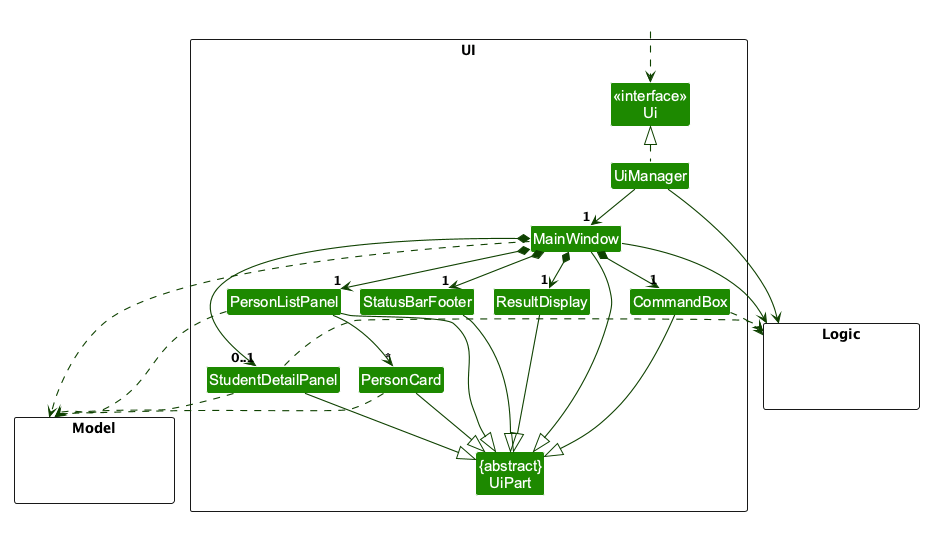
Above: docs/images/UiClassDiagram.png in AY2627S1-CS2103T-T09-1/tp (PlantUML), before the change.
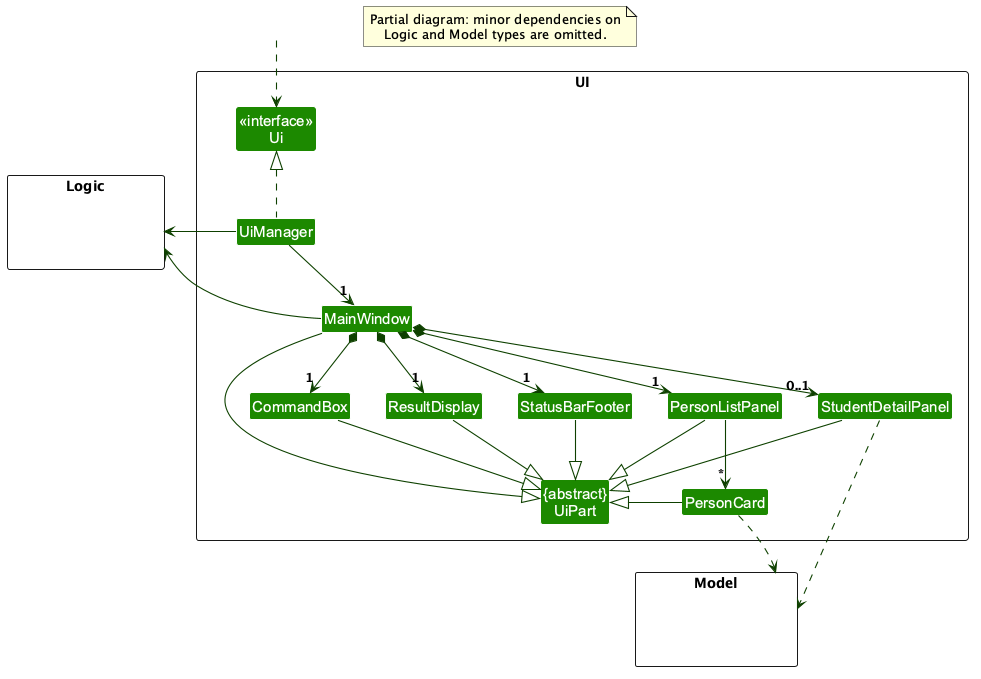
After the change.

Commit message:
Simplify view-related UML diagrams

Change to the diagram source:
```diff
@@ -1,6 +1,5 @@
 @startuml
 !include style.puml
-!pragma layout smetana
 skinparam arrowThickness 1.1
 skinparam arrowColor UI_COLOR_T4
 skinparam classBackgroundColor UI_COLOR
@@ -31,35 +30,34 @@
 
 UiManager .up.|> Ui
 UiManager -down-> "1" MainWindow
-MainWindow *-down->  "1" CommandBox
+UiManager -left-> Logic
+MainWindow -left-> Logic
+
+MainWindow *-down-> "1" CommandBox
 MainWindow *-down-> "1" ResultDisplay
+MainWindow *-down-> "1" StatusBarFooter
 MainWindow *-down-> "1" PersonListPanel
 MainWindow *-down-> "0..1" StudentDetailPanel
-MainWindow *-down-> "1" StatusBarFooter
-
 PersonListPanel -down-> "*" PersonCard
 
-MainWindow -left-|> UiPart
-
-ResultDisplay --|> UiPart
-CommandBox --|> UiPart
-PersonListPanel --|> UiPart
-PersonCard --|> UiPart
-StudentDetailPanel --|> UiPart
-StatusBarFooter --|> UiPart
+CommandBox -down-|> UiPart
+ResultDisplay -down-|> UiPart
+StatusBarFooter -down-|> UiPart
+PersonListPanel -down-|> UiPart
+StudentDetailPanel -down-|> UiPart
+PersonCard -left-|> UiPart
+MainWindow -down-|> UiPart
 
 PersonCard ..> Model
-MainWindow ..> Model
-PersonListPanel ..> Model
 StudentDetailPanel ..> Model
-UiManager -right-> Logic
-MainWindow -left-> Logic
-CommandBox ..> Logic
-StudentDetailPanel ..> Logic
 
-PersonListPanel -[hidden]left- CommandBox
-CommandBox -[hidden]left- ResultDisplay
-ResultDisplay -[hidden]left- StatusBarFooter
+CommandBox -[hidden]right- ResultDisplay
+ResultDisplay -[hidden]right- StatusBarFooter
+StatusBarFooter -[hidden]right- PersonListPanel
+PersonListPanel -[hidden]right- StudentDetailPanel
 
-MainWindow -[hidden]-|> UiPart
+note as N1
+Partial diagram: minor dependencies on
+Logic and Model types are omitted.
+end note
 @enduml
```
